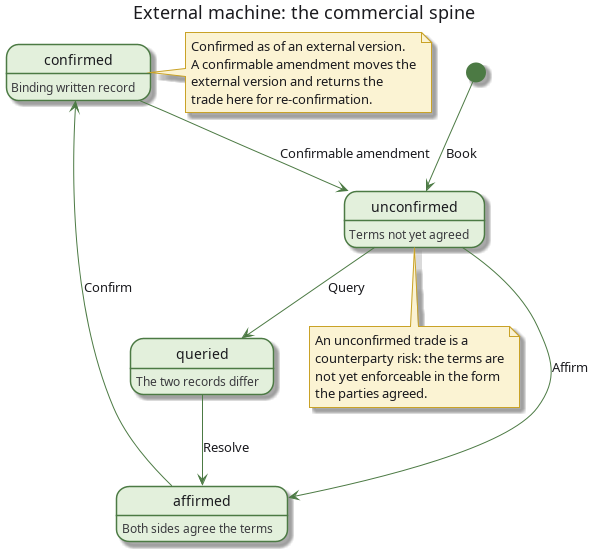
Earlier version of the PlantUML export doc/knowledge/domain/trade_lifecycle_external.png (OreStudio/OreStudio). Its source is kept beside it as doc/knowledge/domain/trade_lifecycle_external.puml.
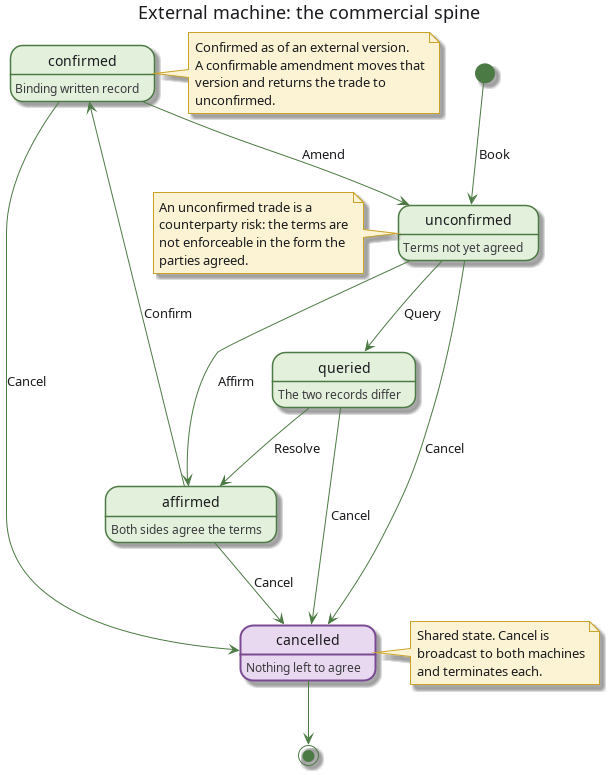
After the commit.

Commit message:
[doc] Relate the two machines by shared events, not by a guard

Diff of the diagram source:
```diff
@@ -22,34 +22,47 @@
 skinparam DefaultFontColor #1A1A1E
 
 state "unconfirmed" as Unconfirmed
+state "queried" as Queried
 state "affirmed" as Affirmed
-state "queried" as Queried
 state "confirmed" as Confirmed
+state "cancelled" as Cancelled #E8D9F0 ##[bold]7A4B93
 
 Unconfirmed : Terms not yet agreed
+Queried : The two records differ
 Affirmed : Both sides agree the terms
-Queried : The two records differ
 Confirmed : Binding written record
+Cancelled : Nothing left to agree
 
 [*] --> Unconfirmed : Book
 Unconfirmed --> Affirmed : Affirm
 Unconfirmed --> Queried : Query
 Queried --> Affirmed : Resolve
 Affirmed --> Confirmed : Confirm
-Confirmed --> Unconfirmed : Confirmable amendment
+Confirmed --> Unconfirmed : Amend
+Unconfirmed --> Cancelled : Cancel
+Queried --> Cancelled : Cancel
+Affirmed --> Cancelled : Cancel
+Confirmed --> Cancelled : Cancel
+Cancelled --> [*]
 
 note right of Confirmed
   Confirmed as of an external version.
-  A confirmable amendment moves the
-  external version and returns the
-  trade here for re-confirmation.
+  A confirmable amendment moves that
+  version and returns the trade to
+  unconfirmed.
 end note
 
-note bottom of Unconfirmed
+note left of Unconfirmed
   An unconfirmed trade is a
   counterparty risk: the terms are
-  not yet enforceable in the form
-  the parties agreed.
+  not enforceable in the form the
+  parties agreed.
+end note
+
+note right of Cancelled
+  Shared state. Cancel is
+  broadcast to both machines
+  and terminates each.
 end note
 
 @enduml
```
